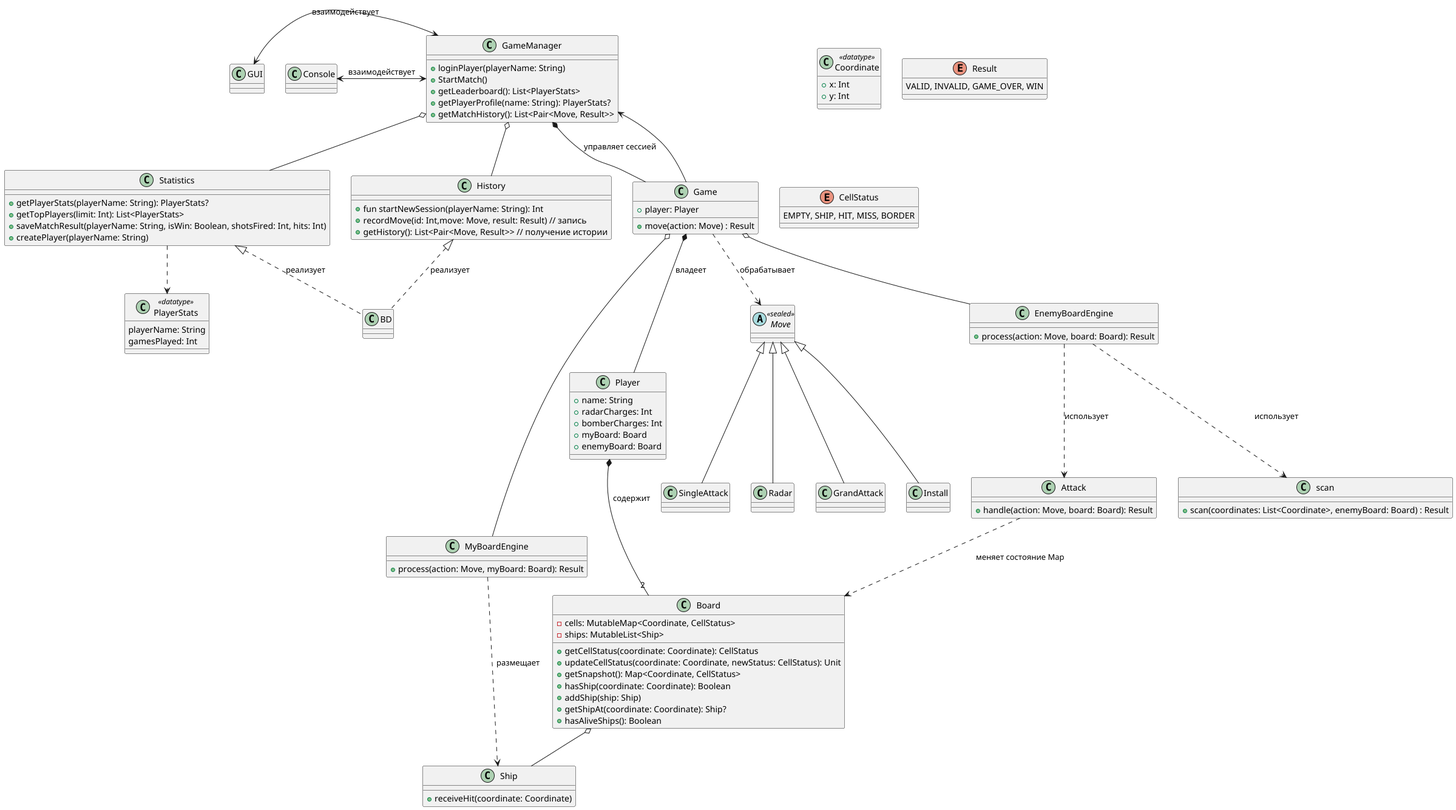
Before: src/main/classes/resources/GRAPH.png, a diagram exported from PlantUML (leonilkuz-13/boardgame_tracker_desktop).
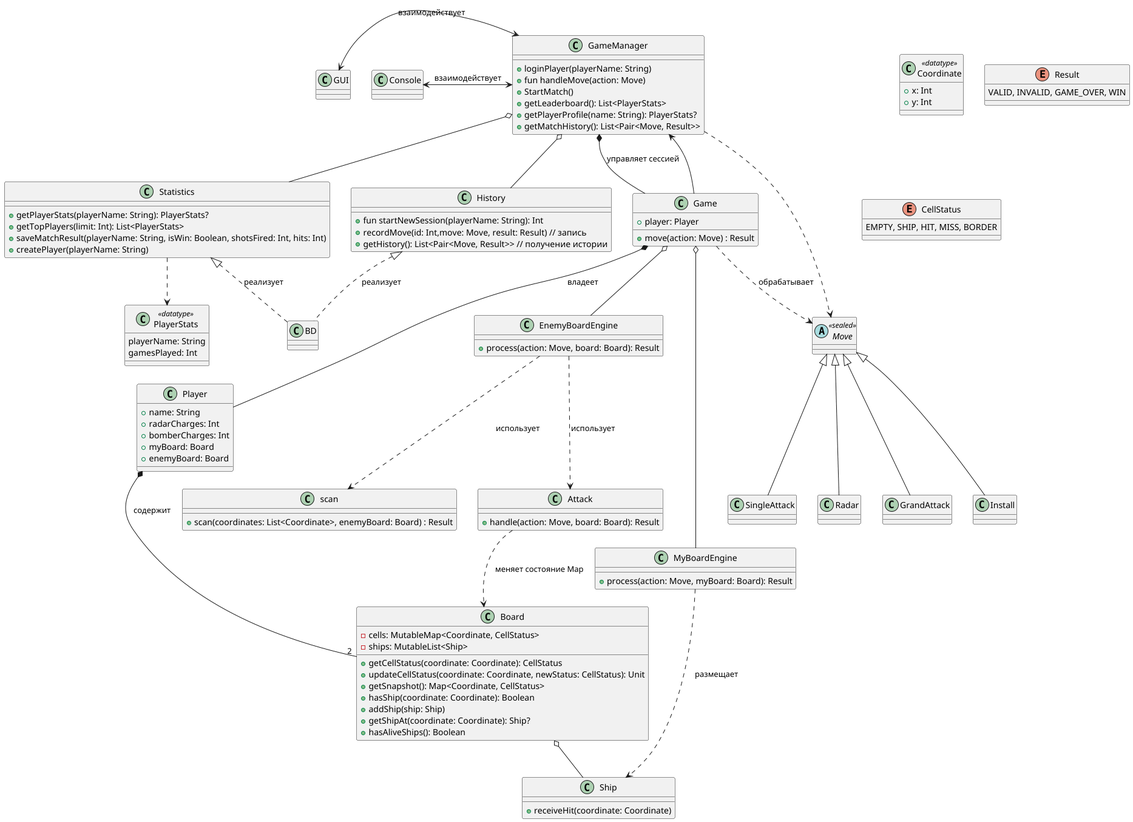
Above is the later version.

The edit, as a diff of the source:
```diff
@@ -9,6 +9,7 @@
 
 class GameManager {
     +loginPlayer(playerName: String)
+    +fun handleMove(action: Move)
     +StartMatch()
     +getLeaderboard(): List<PlayerStats>
     +getPlayerProfile(name: String): PlayerStats?
@@ -120,6 +121,7 @@
 Game o-- EnemyBoardEngine
 Game o-- MyBoardEngine
 Game ..> Move : обрабатывает
+GameManager ..> Move
 
 EnemyBoardEngine ..> scan : использует
 EnemyBoardEngine ..> Attack : использует
```
